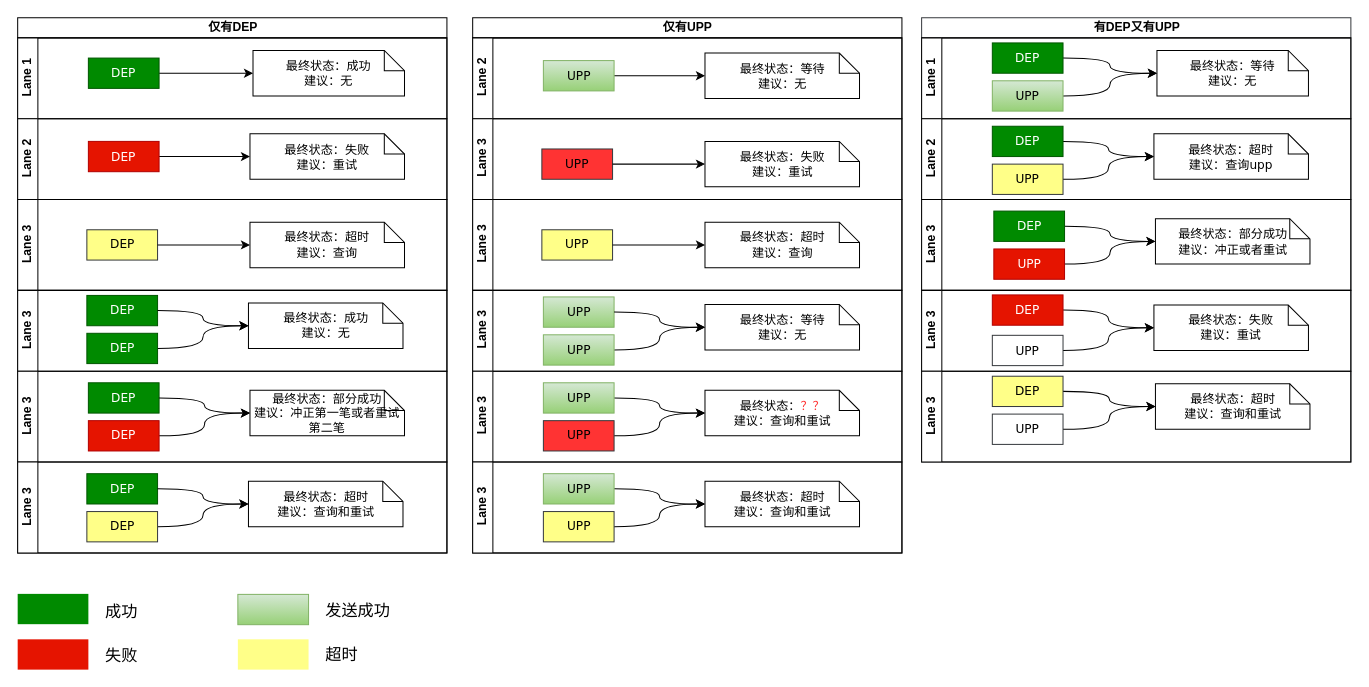
Above: 清算引擎交互流程图.drawio in staconfree/design (draw.io), before the change. Source tidied: cells renumbered, new cells numbered last; positions are measured from the earlier drawing's top-left corner, leaving out a move shared by most shapes. Both pictures are drawn from the tidied source at 101%, with x=0, y=0 at pixel (17, 17).
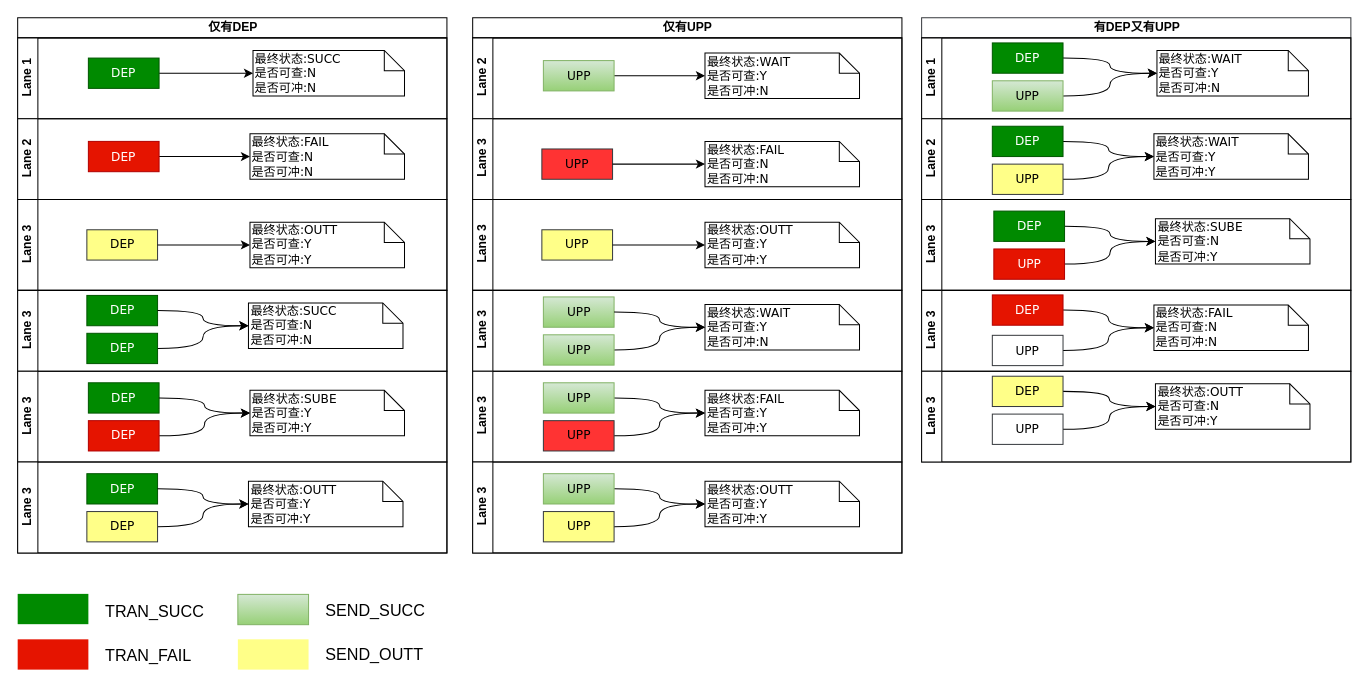
Above is the later version.

Commit message:
更新清算引擎交互流程图.drawio

Unchanged cells that the change refers to:
```xml
<mxCell id="3" value="Lane 1" style="swimlane;html=1;startSize=20;horizontal=0;" parent="2" vertex="1">
  <mxGeometry y="20" width="425" height="80" as="geometry" />
</mxCell>
<mxCell id="7" value="Lane 2" style="swimlane;html=1;startSize=20;horizontal=0;" parent="2" vertex="1">
  <mxGeometry y="100" width="425" height="80" as="geometry" />
</mxCell>
<mxCell id="11" value="Lane 3" style="swimlane;html=1;startSize=20;horizontal=0;" parent="2" vertex="1">
  <mxGeometry y="180" width="425" height="90" as="geometry" />
</mxCell>
<mxCell id="15" value="Lane 3" style="swimlane;html=1;startSize=20;horizontal=0;" parent="2" vertex="1">
  <mxGeometry y="270" width="425" height="80" as="geometry" />
</mxCell>
<mxCell id="21" value="Lane 3" style="swimlane;html=1;startSize=20;horizontal=0;" parent="2" vertex="1">
  <mxGeometry y="350" width="425" height="90" as="geometry" />
</mxCell>
<mxCell id="27" value="Lane 3" style="swimlane;html=1;startSize=20;horizontal=0;" parent="2" vertex="1">
  <mxGeometry y="440" width="425" height="90" as="geometry" />
</mxCell>
<mxCell id="34" value="Lane 2" style="swimlane;html=1;startSize=20;horizontal=0;" parent="33" vertex="1">
  <mxGeometry y="20" width="425" height="80" as="geometry" />
</mxCell>
<mxCell id="38" value="Lane 3" style="swimlane;html=1;startSize=20;horizontal=0;" parent="33" vertex="1">
  <mxGeometry y="100" width="425" height="80" as="geometry" />
</mxCell>
<mxCell id="42" value="Lane 3" style="swimlane;html=1;startSize=20;horizontal=0;" parent="33" vertex="1">
  <mxGeometry y="180" width="425" height="90" as="geometry" />
</mxCell>
<mxCell id="46" value="Lane 3" style="swimlane;html=1;startSize=20;horizontal=0;" parent="33" vertex="1">
  <mxGeometry y="270" width="425" height="80" as="geometry" />
</mxCell>
<mxCell id="52" value="Lane 3" style="swimlane;html=1;startSize=20;horizontal=0;" parent="33" vertex="1">
  <mxGeometry y="350" width="425" height="90" as="geometry" />
</mxCell>
<mxCell id="58" value="Lane 3" style="swimlane;html=1;startSize=20;horizontal=0;" parent="33" vertex="1">
  <mxGeometry y="440" width="425" height="90" as="geometry" />
</mxCell>
<mxCell id="65" value="Lane 1" style="swimlane;html=1;startSize=20;horizontal=0;" parent="64" vertex="1">
  <mxGeometry y="20" width="425" height="80" as="geometry" />
</mxCell>
<mxCell id="71" value="Lane 2" style="swimlane;html=1;startSize=20;horizontal=0;" parent="64" vertex="1">
  <mxGeometry y="100" width="425" height="80" as="geometry" />
</mxCell>
<mxCell id="77" value="Lane 3" style="swimlane;html=1;startSize=20;horizontal=0;" parent="64" vertex="1">
  <mxGeometry y="180" width="425" height="90" as="geometry" />
</mxCell>
<mxCell id="83" value="Lane 3" style="swimlane;html=1;startSize=20;horizontal=0;" parent="64" vertex="1">
  <mxGeometry y="270" width="425" height="80" as="geometry" />
</mxCell>
<mxCell id="89" value="Lane 3" style="swimlane;html=1;startSize=20;horizontal=0;" parent="64" vertex="1">
  <mxGeometry y="350" width="425" height="90" as="geometry" />
</mxCell>
```

Change to the diagram source:
```diff
@@
-    <mxCell id="6" value="最终状态：成功&lt;br&gt;建议：无" style="shape=note;whiteSpace=wrap;html=1;rounded=0;shadow=0;comic=0;labelBackgroundColor=none;strokeColor=#000000;strokeWidth=1;fillColor=#ffffff;fontFamily=Verdana;fontSize=12;fontColor=#000000;align=center;size=20;" parent="3" vertex="1">
+    <mxCell id="6" value="最终状态:SUCC&lt;br&gt;是否可查:N&lt;br&gt;&lt;div&gt;是否可冲:N&lt;/div&gt;" style="shape=note;whiteSpace=wrap;html=1;rounded=0;shadow=0;comic=0;labelBackgroundColor=none;strokeColor=#000000;strokeWidth=1;fillColor=#ffffff;fontFamily=Verdana;fontSize=12;fontColor=#000000;align=left;size=20;" parent="3" vertex="1">
       <mxGeometry x="233" y="12.5" width="150" height="45" as="geometry" />
     </mxCell>
@@
-    <mxCell id="10" value="最终状态：失败&lt;br&gt;建议：重试" style="shape=note;whiteSpace=wrap;html=1;rounded=0;shadow=0;comic=0;labelBackgroundColor=none;strokeColor=#000000;strokeWidth=1;fillColor=#ffffff;fontFamily=Verdana;fontSize=12;fontColor=#000000;align=center;size=20;" parent="7" vertex="1">
+    <mxCell id="10" value="最终状态:FAIL&lt;br&gt;是否可查:N&lt;br&gt;&lt;div&gt;是否可冲:N&lt;/div&gt;" style="shape=note;whiteSpace=wrap;html=1;rounded=0;shadow=0;comic=0;labelBackgroundColor=none;strokeColor=#000000;strokeWidth=1;fillColor=#ffffff;fontFamily=Verdana;fontSize=12;fontColor=#000000;align=left;size=20;" parent="7" vertex="1">
       <mxGeometry x="230" y="15" width="153" height="45" as="geometry" />
     </mxCell>
@@
-    <mxCell id="13" value="最终状态：超时&lt;br&gt;建议：查询" style="shape=note;whiteSpace=wrap;html=1;rounded=0;shadow=0;comic=0;labelBackgroundColor=none;strokeColor=#000000;strokeWidth=1;fillColor=#ffffff;fontFamily=Verdana;fontSize=12;fontColor=#000000;align=center;size=20;" parent="11" vertex="1">
+    <mxCell id="13" value="最终状态:OUTT&lt;br&gt;是否可查:Y&lt;br&gt;&lt;div&gt;是否可冲:Y&lt;/div&gt;" style="shape=note;whiteSpace=wrap;html=1;rounded=0;shadow=0;comic=0;labelBackgroundColor=none;strokeColor=#000000;strokeWidth=1;fillColor=#ffffff;fontFamily=Verdana;fontSize=12;fontColor=#000000;align=left;size=20;" parent="11" vertex="1">
       <mxGeometry x="230" y="22.5" width="153" height="45" as="geometry" />
     </mxCell>
@@
-    <mxCell id="17" value="最终状态：成功&lt;br&gt;建议：无" style="shape=note;whiteSpace=wrap;html=1;rounded=0;shadow=0;comic=0;labelBackgroundColor=none;strokeColor=#000000;strokeWidth=1;fillColor=#ffffff;fontFamily=Verdana;fontSize=12;fontColor=#000000;align=center;size=20;" parent="15" vertex="1">
+    <mxCell id="17" value="最终状态:SUCC&lt;br&gt;是否可查:N&lt;br&gt;&lt;div&gt;是否可冲:N&lt;/div&gt;" style="shape=note;whiteSpace=wrap;html=1;rounded=0;shadow=0;comic=0;labelBackgroundColor=none;strokeColor=#000000;strokeWidth=1;fillColor=#ffffff;fontFamily=Verdana;fontSize=12;fontColor=#000000;align=left;size=20;" parent="15" vertex="1">
       <mxGeometry x="228.5" y="12.5" width="153" height="45" as="geometry" />
     </mxCell>
@@
-    <mxCell id="23" value="最终状态：部分成功&lt;br&gt;建议：冲正第一笔或者重试第二笔" style="shape=note;whiteSpace=wrap;html=1;rounded=0;shadow=0;comic=0;labelBackgroundColor=none;strokeColor=#000000;strokeWidth=1;fillColor=#ffffff;fontFamily=Verdana;fontSize=12;fontColor=#000000;align=center;size=20;" parent="21" vertex="1">
+    <mxCell id="23" value="最终状态:SUBE&lt;br&gt;是否可查:Y&lt;br&gt;&lt;div&gt;是否可冲:Y&lt;/div&gt;" style="shape=note;whiteSpace=wrap;html=1;rounded=0;shadow=0;comic=0;labelBackgroundColor=none;strokeColor=#000000;strokeWidth=1;fillColor=#ffffff;fontFamily=Verdana;fontSize=12;fontColor=#000000;align=left;size=20;" parent="21" vertex="1">
       <mxGeometry x="230" y="19" width="153" height="45" as="geometry" />
     </mxCell>
@@
-    <mxCell id="29" value="最终状态：超时&lt;br&gt;建议：查询和重试" style="shape=note;whiteSpace=wrap;html=1;rounded=0;shadow=0;comic=0;labelBackgroundColor=none;strokeColor=#000000;strokeWidth=1;fillColor=#ffffff;fontFamily=Verdana;fontSize=12;fontColor=#000000;align=center;size=20;" parent="27" vertex="1">
+    <mxCell id="29" value="最终状态:OUTT&lt;br&gt;是否可查:Y&lt;br&gt;&lt;div&gt;是否可冲:Y&lt;/div&gt;" style="shape=note;whiteSpace=wrap;html=1;rounded=0;shadow=0;comic=0;labelBackgroundColor=none;strokeColor=#000000;strokeWidth=1;fillColor=#ffffff;fontFamily=Verdana;fontSize=12;fontColor=#000000;align=left;size=20;" parent="27" vertex="1">
       <mxGeometry x="228.5" y="19" width="153" height="45" as="geometry" />
     </mxCell>
@@
-    <mxCell id="37" value="最终状态：等待&lt;br&gt;建议：无" style="shape=note;whiteSpace=wrap;html=1;rounded=0;shadow=0;comic=0;labelBackgroundColor=none;strokeColor=#000000;strokeWidth=1;fillColor=#ffffff;fontFamily=Verdana;fontSize=12;fontColor=#000000;align=center;size=20;" parent="34" vertex="1">
+    <mxCell id="37" value="最终状态:WAIT&lt;br&gt;是否可查:Y&lt;br&gt;&lt;div&gt;是否可冲:N&lt;/div&gt;" style="shape=note;whiteSpace=wrap;html=1;rounded=0;shadow=0;comic=0;labelBackgroundColor=none;strokeColor=#000000;strokeWidth=1;fillColor=#ffffff;fontFamily=Verdana;fontSize=12;fontColor=#000000;align=left;size=20;" parent="34" vertex="1">
       <mxGeometry x="230" y="15" width="153" height="45" as="geometry" />
     </mxCell>
@@
-    <mxCell id="40" value="最终状态：失败&lt;br&gt;建议：重试" style="shape=note;whiteSpace=wrap;html=1;rounded=0;shadow=0;comic=0;labelBackgroundColor=none;strokeColor=#000000;strokeWidth=1;fillColor=#ffffff;fontFamily=Verdana;fontSize=12;fontColor=#000000;align=center;size=20;" parent="38" vertex="1">
+    <mxCell id="40" value="最终状态:FAIL&lt;br&gt;是否可查:N&lt;br&gt;&lt;div&gt;是否可冲:N&lt;/div&gt;" style="shape=note;whiteSpace=wrap;html=1;rounded=0;shadow=0;comic=0;labelBackgroundColor=none;strokeColor=#000000;strokeWidth=1;fillColor=#ffffff;fontFamily=Verdana;fontSize=12;fontColor=#000000;align=left;size=20;" parent="38" vertex="1">
       <mxGeometry x="230" y="22.5" width="153" height="45" as="geometry" />
     </mxCell>
@@
-    <mxCell id="44" value="最终状态：超时&lt;br&gt;建议：查询" style="shape=note;whiteSpace=wrap;html=1;rounded=0;shadow=0;comic=0;labelBackgroundColor=none;strokeColor=#000000;strokeWidth=1;fillColor=#ffffff;fontFamily=Verdana;fontSize=12;fontColor=#000000;align=center;size=20;" parent="42" vertex="1">
+    <mxCell id="44" value="最终状态:OUTT&lt;br&gt;是否可查:Y&lt;br&gt;&lt;div&gt;是否可冲:Y&lt;/div&gt;" style="shape=note;whiteSpace=wrap;html=1;rounded=0;shadow=0;comic=0;labelBackgroundColor=none;strokeColor=#000000;strokeWidth=1;fillColor=#ffffff;fontFamily=Verdana;fontSize=12;fontColor=#000000;align=left;size=20;" parent="42" vertex="1">
       <mxGeometry x="230" y="22.5" width="153" height="45" as="geometry" />
     </mxCell>
@@
-    <mxCell id="48" value="最终状态：等待&lt;br&gt;建议：无" style="shape=note;whiteSpace=wrap;html=1;rounded=0;shadow=0;comic=0;labelBackgroundColor=none;strokeColor=#000000;strokeWidth=1;fillColor=#ffffff;fontFamily=Verdana;fontSize=12;fontColor=#000000;align=center;size=20;" parent="46" vertex="1">
+    <mxCell id="48" value="最终状态:WAIT&lt;br&gt;是否可查:Y&lt;br&gt;&lt;div&gt;是否可冲:N&lt;/div&gt;" style="shape=note;whiteSpace=wrap;html=1;rounded=0;shadow=0;comic=0;labelBackgroundColor=none;strokeColor=#000000;strokeWidth=1;fillColor=#ffffff;fontFamily=Verdana;fontSize=12;fontColor=#000000;align=left;size=20;" parent="46" vertex="1">
       <mxGeometry x="230" y="14" width="153" height="45" as="geometry" />
     </mxCell>
@@
-    <mxCell id="55" value="最终状态：&lt;font color=&quot;#FF3333&quot;&gt;？？&lt;/font&gt;&lt;br&gt;建议：查询和重试" style="shape=note;whiteSpace=wrap;html=1;rounded=0;shadow=0;comic=0;labelBackgroundColor=none;strokeColor=#000000;strokeWidth=1;fillColor=#ffffff;fontFamily=Verdana;fontSize=12;fontColor=#000000;align=center;size=20;" parent="52" vertex="1">
+    <mxCell id="55" value="最终状态:FAIL&lt;br&gt;是否可查:Y&lt;br&gt;&lt;div&gt;是否可冲:Y&lt;/div&gt;" style="shape=note;whiteSpace=wrap;html=1;rounded=0;shadow=0;comic=0;labelBackgroundColor=none;strokeColor=#000000;strokeWidth=1;fillColor=#ffffff;fontFamily=Verdana;fontSize=12;fontColor=#000000;align=left;size=20;" parent="52" vertex="1">
       <mxGeometry x="230" y="19" width="153" height="45" as="geometry" />
     </mxCell>
@@
-    <mxCell id="61" value="最终状态：超时&lt;br&gt;建议：查询和重试" style="shape=note;whiteSpace=wrap;html=1;rounded=0;shadow=0;comic=0;labelBackgroundColor=none;strokeColor=#000000;strokeWidth=1;fillColor=#ffffff;fontFamily=Verdana;fontSize=12;fontColor=#000000;align=center;size=20;" parent="58" vertex="1">
+    <mxCell id="61" value="最终状态:OUTT&lt;br&gt;是否可查:Y&lt;br&gt;&lt;div&gt;是否可冲:Y&lt;/div&gt;" style="shape=note;whiteSpace=wrap;html=1;rounded=0;shadow=0;comic=0;labelBackgroundColor=none;strokeColor=#000000;strokeWidth=1;fillColor=#ffffff;fontFamily=Verdana;fontSize=12;fontColor=#000000;align=left;size=20;" parent="58" vertex="1">
       <mxGeometry x="230" y="19" width="153" height="45" as="geometry" />
     </mxCell>
@@
-    <mxCell id="68" value="最终状态：等待&lt;br&gt;建议：无" style="shape=note;whiteSpace=wrap;html=1;rounded=0;shadow=0;comic=0;labelBackgroundColor=none;strokeColor=#000000;strokeWidth=1;fillColor=#ffffff;fontFamily=Verdana;fontSize=12;fontColor=#000000;align=center;size=20;" parent="65" vertex="1">
+    <mxCell id="68" value="最终状态:WAIT&lt;br&gt;是否可查:Y&lt;br&gt;&lt;div&gt;是否可冲:N&lt;/div&gt;" style="shape=note;whiteSpace=wrap;html=1;rounded=0;shadow=0;comic=0;labelBackgroundColor=none;strokeColor=#000000;strokeWidth=1;fillColor=#ffffff;fontFamily=Verdana;fontSize=12;fontColor=#000000;align=left;size=20;" parent="65" vertex="1">
       <mxGeometry x="233" y="12.5" width="150" height="45" as="geometry" />
     </mxCell>
@@
-    <mxCell id="72" value="最终状态：超时&lt;br&gt;建议：查询upp" style="shape=note;whiteSpace=wrap;html=1;rounded=0;shadow=0;comic=0;labelBackgroundColor=none;strokeColor=#000000;strokeWidth=1;fillColor=#ffffff;fontFamily=Verdana;fontSize=12;fontColor=#000000;align=center;size=20;" parent="71" vertex="1">
+    <mxCell id="72" value="最终状态:WAIT&lt;br&gt;是否可查:Y&lt;br&gt;&lt;div&gt;是否可冲:Y&lt;/div&gt;" style="shape=note;whiteSpace=wrap;html=1;rounded=0;shadow=0;comic=0;labelBackgroundColor=none;strokeColor=#000000;strokeWidth=1;fillColor=#ffffff;fontFamily=Verdana;fontSize=12;fontColor=#000000;align=left;size=20;" parent="71" vertex="1">
       <mxGeometry x="230" y="15" width="153" height="45" as="geometry" />
     </mxCell>
@@
-    <mxCell id="80" value="最终状态：部分成功&lt;br&gt;建议：冲正或者重试" style="shape=note;whiteSpace=wrap;html=1;rounded=0;shadow=0;comic=0;labelBackgroundColor=none;strokeColor=#000000;strokeWidth=1;fillColor=#ffffff;fontFamily=Verdana;fontSize=12;fontColor=#000000;align=center;size=20;" parent="77" vertex="1">
+    <mxCell id="80" value="最终状态:SUBE&lt;br&gt;是否可查:N&lt;br&gt;&lt;div&gt;是否可冲:Y&lt;/div&gt;" style="shape=note;whiteSpace=wrap;html=1;rounded=0;shadow=0;comic=0;labelBackgroundColor=none;strokeColor=#000000;strokeWidth=1;fillColor=#ffffff;fontFamily=Verdana;fontSize=12;fontColor=#000000;align=left;size=20;" parent="77" vertex="1">
       <mxGeometry x="231.5" y="19" width="153" height="45" as="geometry" />
     </mxCell>
@@
-    <mxCell id="84" value="最终状态：失败&lt;br&gt;建议：重试" style="shape=note;whiteSpace=wrap;html=1;rounded=0;shadow=0;comic=0;labelBackgroundColor=none;strokeColor=#000000;strokeWidth=1;fillColor=#ffffff;fontFamily=Verdana;fontSize=12;fontColor=#000000;align=center;size=20;" parent="83" vertex="1">
+    <mxCell id="84" value="最终状态:FAIL&lt;br&gt;是否可查:N&lt;br&gt;&lt;div&gt;是否可冲:N&lt;/div&gt;" style="shape=note;whiteSpace=wrap;html=1;rounded=0;shadow=0;comic=0;labelBackgroundColor=none;strokeColor=#000000;strokeWidth=1;fillColor=#ffffff;fontFamily=Verdana;fontSize=12;fontColor=#000000;align=left;size=20;" parent="83" vertex="1">
       <mxGeometry x="230" y="14.5" width="153" height="45" as="geometry" />
     </mxCell>
@@
-    <mxCell id="92" value="最终状态：超时&lt;br&gt;建议：查询和重试" style="shape=note;whiteSpace=wrap;html=1;rounded=0;shadow=0;comic=0;labelBackgroundColor=none;strokeColor=#000000;strokeWidth=1;fillColor=#ffffff;fontFamily=Verdana;fontSize=12;fontColor=#000000;align=center;size=20;" parent="89" vertex="1">
+    <mxCell id="92" value="最终状态:OUTT&lt;br&gt;是否可查:N&lt;br&gt;&lt;div&gt;是否可冲:Y&lt;/div&gt;" style="shape=note;whiteSpace=wrap;html=1;rounded=0;shadow=0;comic=0;labelBackgroundColor=none;strokeColor=#000000;strokeWidth=1;fillColor=#ffffff;fontFamily=Verdana;fontSize=12;fontColor=#000000;align=left;size=20;" parent="89" vertex="1">
       <mxGeometry x="231.5" y="12.5" width="153" height="45" as="geometry" />
     </mxCell>
@@
-    <mxCell id="96" value="成功" style="text;html=1;align=left;verticalAlign=top;spacingTop=-4;fontColor=#000000;fontSize=16;" parent="1" vertex="1">
-      <mxGeometry x="85" y="575.5" width="40" height="20" as="geometry" />
+    <mxCell id="96" value="TRAN_SUCC" style="text;html=1;align=left;verticalAlign=top;spacingTop=-4;fontColor=#000000;fontSize=16;" parent="1" vertex="1">
+      <mxGeometry x="85" y="575.5" width="110" height="20" as="geometry" />
     </mxCell>
@@
-    <mxCell id="98" value="失败" style="text;html=1;align=left;verticalAlign=top;spacingTop=-4;fontColor=#000000;fontSize=16;" parent="1" vertex="1">
-      <mxGeometry x="85" y="619" width="50" height="20" as="geometry" />
+    <mxCell id="98" value="TRAN_FAIL" style="text;html=1;align=left;verticalAlign=top;spacingTop=-4;fontColor=#000000;fontSize=16;" parent="1" vertex="1">
+      <mxGeometry x="85" y="619" width="100" height="20" as="geometry" />
     </mxCell>
@@
-    <mxCell id="100" value="超时" style="text;html=1;align=left;verticalAlign=top;spacingTop=-4;fontColor=#000000;fontSize=16;" parent="1" vertex="1">
-      <mxGeometry x="303" y="617.5" width="50" height="20" as="geometry" />
+    <mxCell id="100" value="SEND_OUTT" style="text;html=1;align=left;verticalAlign=top;spacingTop=-4;fontColor=#000000;fontSize=16;" parent="1" vertex="1">
+      <mxGeometry x="303" y="617.5" width="110" height="20" as="geometry" />
     </mxCell>
@@
-    <mxCell id="102" value="发送成功 " style="text;html=1;align=left;verticalAlign=top;spacingTop=-4;fontColor=#000000;fontSize=16;" parent="1" vertex="1">
-      <mxGeometry x="303" y="575" width="80" height="20" as="geometry" />
+    <mxCell id="102" value="SEND_SUCC" style="text;html=1;align=left;verticalAlign=top;spacingTop=-4;fontColor=#000000;fontSize=16;" parent="1" vertex="1">
+      <mxGeometry x="303" y="575" width="120" height="20" as="geometry" />
     </mxCell>
```
